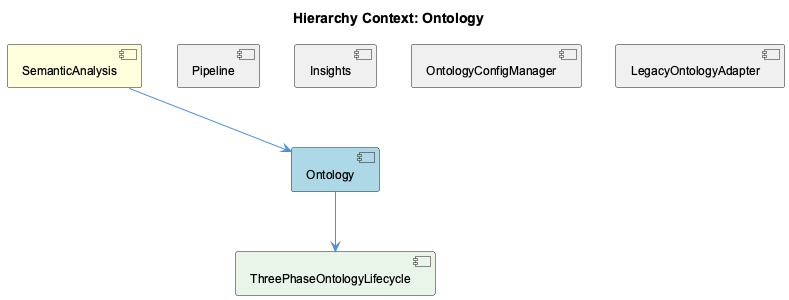
This is knowledge-management/insights/images/ontology-relationship.png from fwornle/coding, a PlantUML export, as it was before one commit.
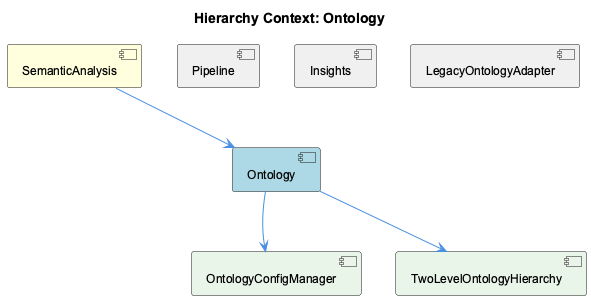
The same diagram one commit later.

What changed in the source:
```diff
@@ -9,13 +9,15 @@
 [Insights] as insights #F0F0F0
 [OntologyConfigManager] as ontology_config_manager #F0F0F0
 [LegacyOntologyAdapter] as legacy_ontology_adapter #F0F0F0
-[ThreePhaseOntologyLifecycle] as three_phase_ontology_lifecycle #E8F5E8
+[OntologyConfigManager] as ontology_config_manager #E8F5E8
+[TwoLevelOntologyHierarchy] as two_level_ontology_hierarchy #E8F5E8
 
 semantic_analysis --> ontology
 pipeline -[hidden]- ontology
 insights -[hidden]- ontology
 ontology_config_manager -[hidden]- ontology
 legacy_ontology_adapter -[hidden]- ontology
-ontology --> three_phase_ontology_lifecycle
+ontology --> ontology_config_manager
+ontology --> two_level_ontology_hierarchy
 
 @enduml
```
